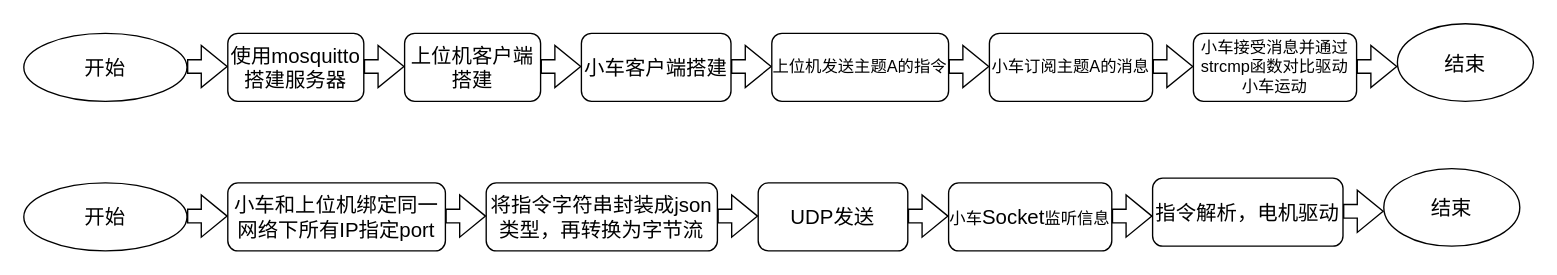
Earlier version of the draw.io diagram 未命名绘图.drawio (Wangjiawei0307/Java-concurrency). Source tidied: cells renumbered, new cells numbered last; positions are measured from the earlier drawing's top-left corner, leaving out a move shared by most shapes. Both pictures are drawn from the tidied source at 136%, with x=0, y=0 at pixel (23, 23).
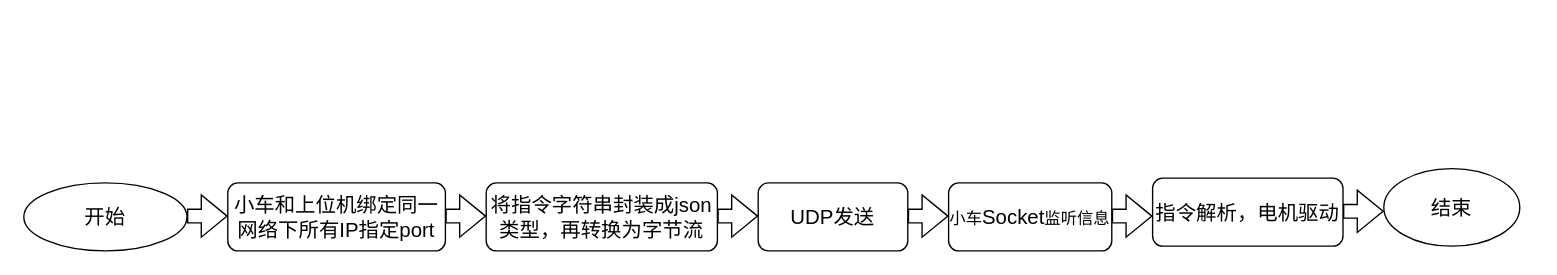
The same page after the edit.

Diff of the diagram source:
```diff
@@
-    <mxCell id="2" value="&lt;font style=&quot;font-size: 15px;&quot;&gt;开始&lt;/font&gt;" style="ellipse;whiteSpace=wrap;html=1;" parent="1" vertex="1">
-      <mxGeometry y="7" width="120" height="50" as="geometry" />
-    </mxCell>
-    <mxCell id="3" value="&lt;font style=&quot;font-size: 15px;&quot;&gt;使用mosquitto搭建服务器&lt;/font&gt;" style="rounded=1;whiteSpace=wrap;html=1;" parent="1" vertex="1">
-      <mxGeometry x="150" y="7" width="100" height="50" as="geometry" />
-    </mxCell>
-    <mxCell id="4" value="&lt;font style=&quot;font-size: 15px;&quot;&gt;上位机客户端搭建&lt;/font&gt;" style="rounded=1;whiteSpace=wrap;html=1;" parent="1" vertex="1">
-      <mxGeometry x="280" y="7" width="100" height="50" as="geometry" />
-    </mxCell>
-    <mxCell id="5" value="&lt;font style=&quot;font-size: 15px;&quot;&gt;小车客户端搭建&lt;/font&gt;" style="rounded=1;whiteSpace=wrap;html=1;" parent="1" vertex="1">
-      <mxGeometry x="410" y="7" width="110" height="50" as="geometry" />
-    </mxCell>
-    <mxCell id="6" value="小车订阅主题A的消息" style="rounded=1;whiteSpace=wrap;html=1;" parent="1" vertex="1">
-      <mxGeometry x="710" y="7" width="120" height="50" as="geometry" />
-    </mxCell>
-    <mxCell id="7" value="上位机发送主题A的指令" style="rounded=1;whiteSpace=wrap;html=1;" parent="1" vertex="1">
-      <mxGeometry x="550" y="7" width="130" height="50" as="geometry" />
-    </mxCell>
-    <mxCell id="8" value="小车接受消息并通过strcmp函数对比驱动小车运动" style="rounded=1;whiteSpace=wrap;html=1;" parent="1" vertex="1">
-      <mxGeometry x="860" y="7" width="120" height="50" as="geometry" />
-    </mxCell>
-    <mxCell id="9" value="&lt;font style=&quot;font-size: 15px;&quot;&gt;结束&lt;/font&gt;" style="ellipse;whiteSpace=wrap;html=1;" parent="1" vertex="1">
-      <mxGeometry x="1010" width="100" height="57" as="geometry" />
-    </mxCell>
-    <mxCell id="10" style="edgeStyle=orthogonalEdgeStyle;rounded=0;orthogonalLoop=1;jettySize=auto;html=1;exitX=0.5;exitY=1;exitDx=0;exitDy=0;" parent="1" edge="1" source="3" target="3">
-      <mxGeometry relative="1" as="geometry" />
-    </mxCell>
-    <mxCell id="11" style="shape=flexArrow;endArrow=classic;html=1;rounded=0;" parent="1" edge="1">
-      <mxGeometry relative="1" as="geometry">
-        <mxPoint x="120" y="31.4" as="sourcePoint" />
-        <mxPoint x="150" y="31.4" as="targetPoint" />
-      </mxGeometry>
-    </mxCell>
-    <mxCell id="12" style="shape=flexArrow;endArrow=classic;html=1;rounded=0;" parent="1" edge="1">
-      <mxGeometry relative="1" as="geometry">
-        <mxPoint x="250" y="31.4" as="sourcePoint" />
-        <mxPoint x="280" y="31.4" as="targetPoint" />
-      </mxGeometry>
-    </mxCell>
-    <mxCell id="13" style="shape=flexArrow;endArrow=classic;html=1;rounded=0;" parent="1" edge="1">
-      <mxGeometry relative="1" as="geometry">
-        <mxPoint x="380" y="31.4" as="sourcePoint" />
-        <mxPoint x="410" y="31.4" as="targetPoint" />
-      </mxGeometry>
-    </mxCell>
-    <mxCell id="14" style="shape=flexArrow;endArrow=classic;html=1;rounded=0;" parent="1" edge="1">
-      <mxGeometry relative="1" as="geometry">
-        <mxPoint x="520" y="31.4" as="sourcePoint" />
-        <mxPoint x="550" y="31.4" as="targetPoint" />
-      </mxGeometry>
-    </mxCell>
-    <mxCell id="15" style="shape=flexArrow;endArrow=classic;html=1;rounded=0;" parent="1" edge="1">
-      <mxGeometry relative="1" as="geometry">
-        <mxPoint x="680" y="31.4" as="sourcePoint" />
-        <mxPoint x="710" y="31.4" as="targetPoint" />
-      </mxGeometry>
-    </mxCell>
-    <mxCell id="16" style="shape=flexArrow;endArrow=classic;html=1;rounded=0;" parent="1" edge="1">
-      <mxGeometry relative="1" as="geometry">
-        <mxPoint x="830" y="31.4" as="sourcePoint" />
-        <mxPoint x="860" y="31.4" as="targetPoint" />
-      </mxGeometry>
-    </mxCell>
-    <mxCell id="17" style="shape=flexArrow;endArrow=classic;html=1;rounded=0;" parent="1" edge="1">
-      <mxGeometry relative="1" as="geometry">
-        <mxPoint x="980" y="31.4" as="sourcePoint" />
-        <mxPoint x="1010" y="31.4" as="targetPoint" />
-      </mxGeometry>
-    </mxCell>
```
